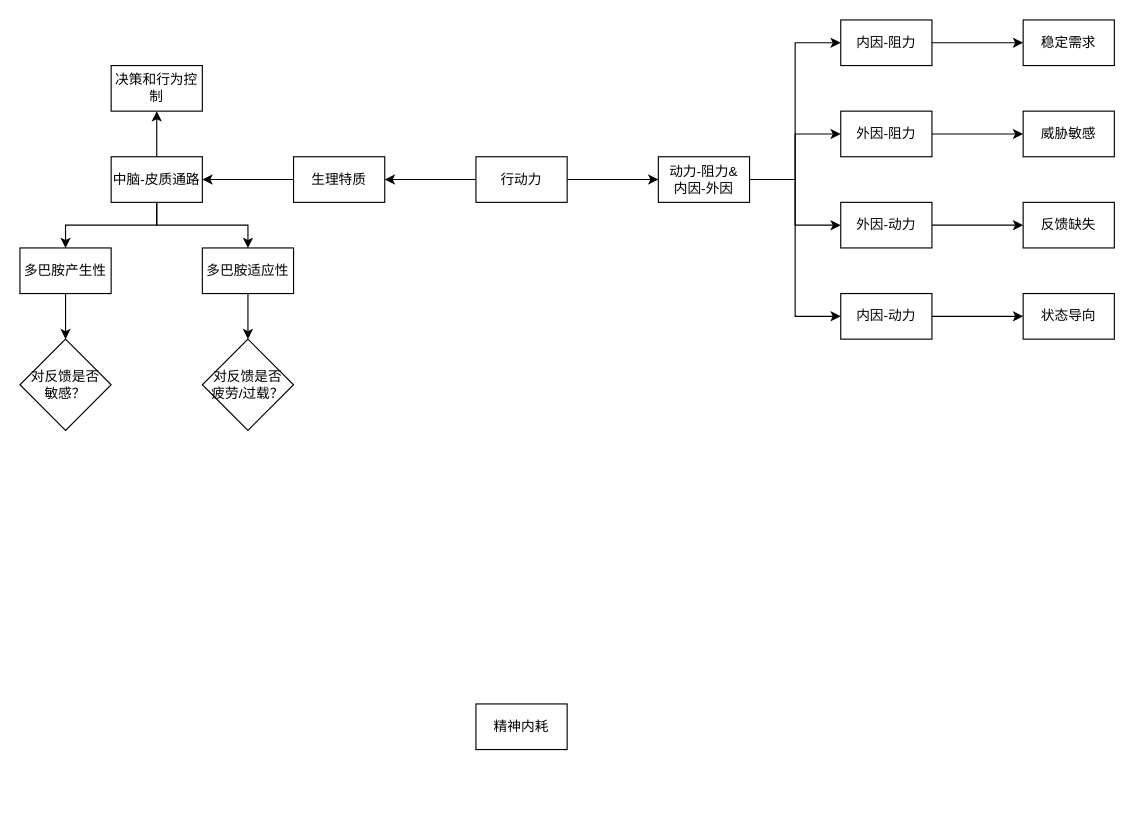
youyusan/open_mind keeps this draw.io diagram as 果断行动.drawio. Above is the earlier version. Source tidied: cells renumbered, new cells numbered last; positions are measured from the earlier drawing's top-left corner, leaving out a move shared by most shapes. Both pictures are drawn from the tidied source at 114%, with x=0, y=0 at pixel (19, 19).
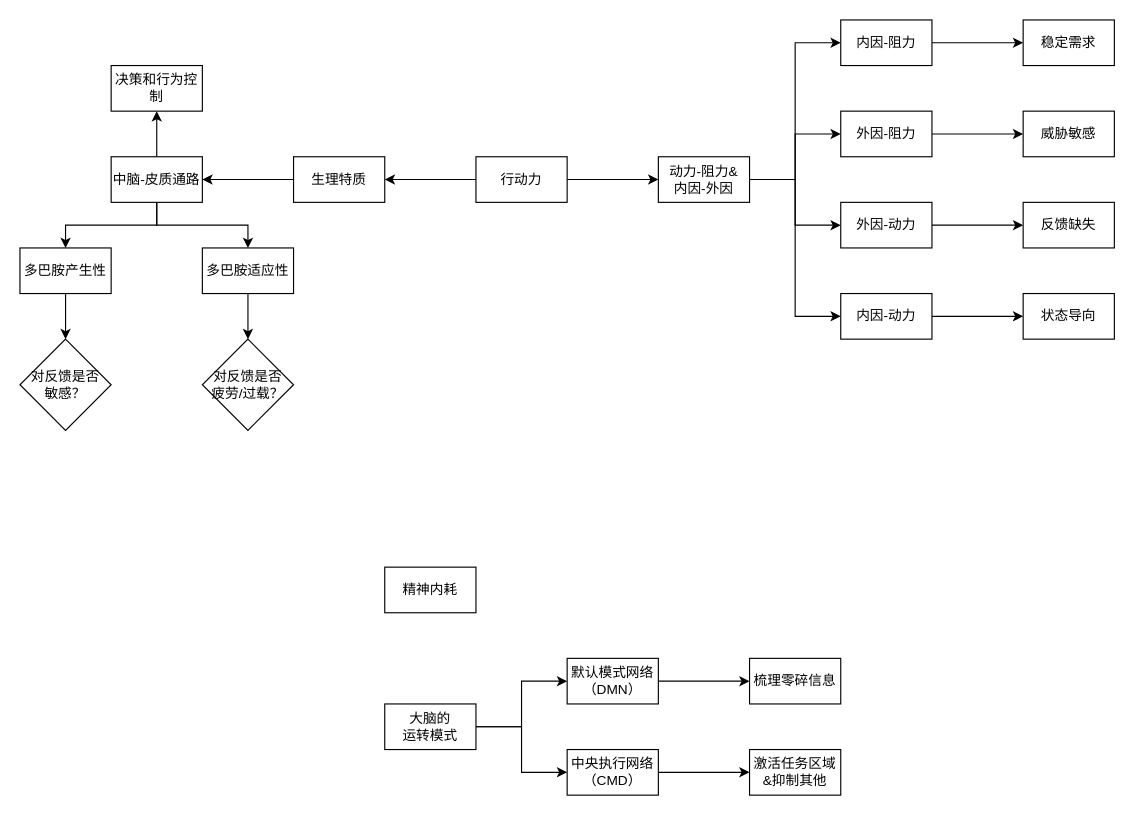
The same page after the edit.

Commit message (it also covers changes not shown here):
更新果断行动.drawio

Change to the diagram source:
```diff
@@
     <mxCell id="35" value="精神内耗" style="rounded=0;whiteSpace=wrap;html=1;" parent="1" vertex="1">
-      <mxGeometry x="400" y="600" width="80" height="40" as="geometry" />
+      <mxGeometry x="320" y="480" width="80" height="40" as="geometry" />
     </mxCell>
+    <mxCell id="36" style="edgeStyle=orthogonalEdgeStyle;rounded=0;jettySize=auto;html=1;" parent="1" edge="1" source="38" target="41">
+      <mxGeometry relative="1" as="geometry" />
+    </mxCell>
+    <mxCell id="37" style="edgeStyle=orthogonalEdgeStyle;rounded=0;jettySize=auto;html=1;entryX=0;entryY=0.5;entryDx=0;entryDy=0;" parent="1" edge="1" source="38" target="43">
+      <mxGeometry relative="1" as="geometry" />
+    </mxCell>
+    <mxCell id="38" value="&lt;span style=&quot;text-align: left;&quot;&gt;大脑的&lt;br&gt;运转模式&lt;/span&gt;" style="rounded=0;whiteSpace=wrap;html=1;" parent="1" vertex="1">
+      <mxGeometry x="320" y="600" width="80" height="40" as="geometry" />
+    </mxCell>
+    <mxCell id="39" value="&lt;div style=&quot;text-align: left;&quot;&gt;&lt;span style=&quot;background-color: initial;&quot;&gt;梳理零碎信息&lt;/span&gt;&lt;/div&gt;" style="rounded=0;whiteSpace=wrap;html=1;" parent="1" vertex="1">
+      <mxGeometry x="640" y="560" width="80" height="40" as="geometry" />
+    </mxCell>
+    <mxCell id="40" style="edgeStyle=orthogonalEdgeStyle;rounded=0;jettySize=auto;html=1;entryX=0;entryY=0.5;entryDx=0;entryDy=0;" parent="1" edge="1" source="41" target="39">
+      <mxGeometry relative="1" as="geometry" />
+    </mxCell>
+    <mxCell id="41" value="&lt;div style=&quot;&quot;&gt;&lt;span style=&quot;background-color: initial;&quot;&gt;默认模式网络（DMN）&lt;/span&gt;&lt;/div&gt;" style="rounded=0;whiteSpace=wrap;html=1;align=center;" parent="1" vertex="1">
+      <mxGeometry x="480" y="560" width="80" height="40" as="geometry" />
+    </mxCell>
+    <mxCell id="42" style="edgeStyle=orthogonalEdgeStyle;rounded=0;jettySize=auto;html=1;entryX=0;entryY=0.5;entryDx=0;entryDy=0;" parent="1" edge="1" source="43" target="44">
+      <mxGeometry relative="1" as="geometry" />
+    </mxCell>
+    <mxCell id="43" value="&lt;div style=&quot;&quot;&gt;&lt;span style=&quot;background-color: initial;&quot;&gt;中央执行网络&lt;br&gt;（CMD）&lt;/span&gt;&lt;/div&gt;" style="rounded=0;whiteSpace=wrap;html=1;align=center;" parent="1" vertex="1">
+      <mxGeometry x="480" y="640" width="80" height="40" as="geometry" />
+    </mxCell>
+    <mxCell id="44" value="&lt;div style=&quot;&quot;&gt;&lt;span style=&quot;background-color: initial;&quot;&gt;激活任务区域&amp;amp;抑制其他&lt;/span&gt;&lt;/div&gt;" style="rounded=0;whiteSpace=wrap;html=1;align=center;" parent="1" vertex="1">
+      <mxGeometry x="640" y="640" width="80" height="40" as="geometry" />
+    </mxCell>
```
